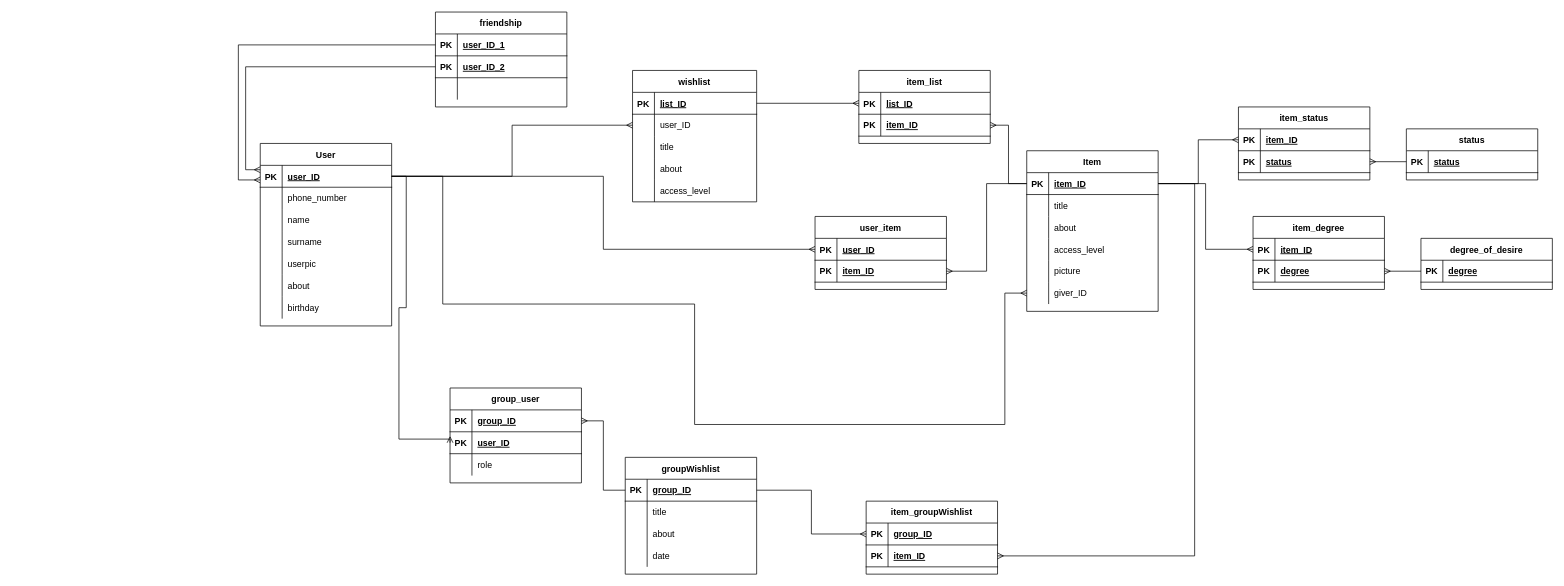
This is ER_wishlist.drawio from johuex/wishlist_rest, a draw.io file, before an edit. Source tidied: cells renumbered, new cells numbered last; positions are measured from the earlier drawing's top-left corner, leaving out a move shared by most shapes. Both pictures are drawn from the tidied source at 73%, with x=0, y=0 at pixel (238, 12).
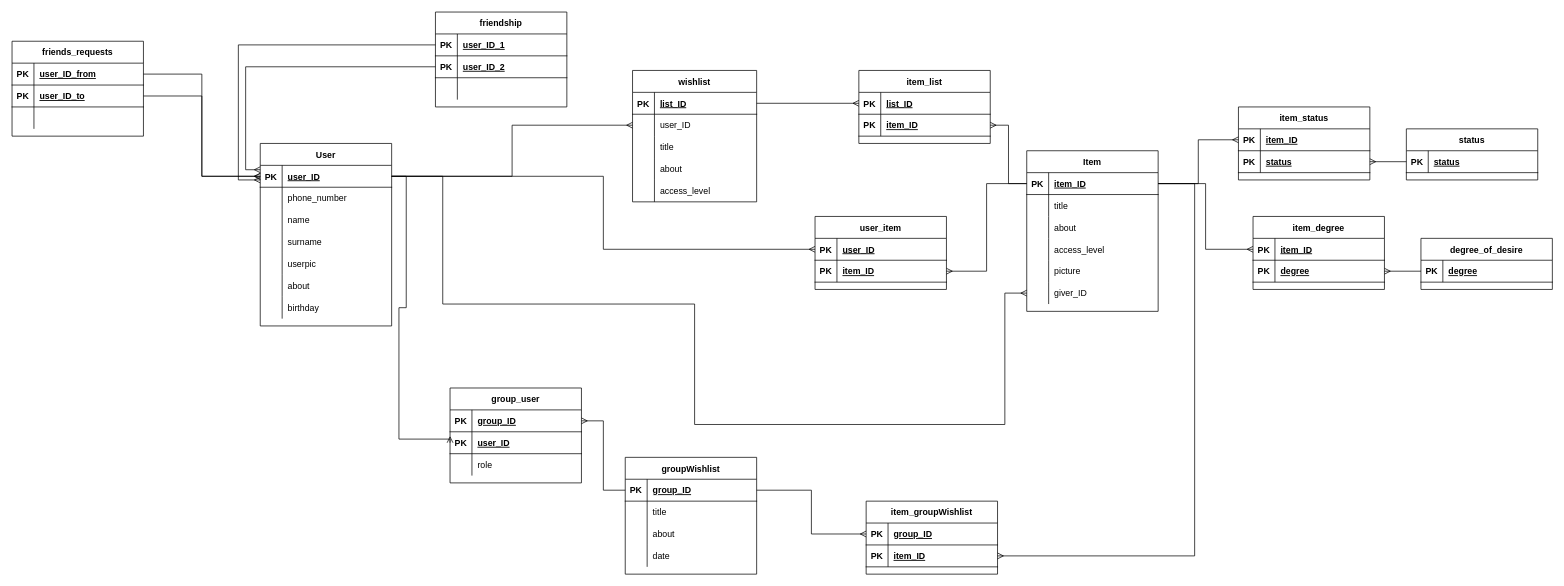
Above is the later version.

Commit message (it also covers changes not shown here):
add first userpic, schema edited

Unchanged cells that the change refers to:
```xml
<mxCell id="3" style="shape=partialRectangle;fillColor=none;top=0;left=0;bottom=1;right=0;points=[[0,0.5],[1,0.5]];portConstraint=eastwest;" parent="2" vertex="1">
  <mxGeometry y="30" width="180" height="30" as="geometry" />
</mxCell>
```

Diff of the diagram source:
```diff
@@
+    <mxCell id="151" value="friends_requests" style="shape=table;startSize=30;childLayout=tableLayout;rowLines=0;fontStyle=1;align=center;" parent="1" vertex="1">
+      <mxGeometry x="-310" y="40" width="180" height="130" as="geometry" />
+    </mxCell>
+    <mxCell id="152" style="shape=partialRectangle;fillColor=none;top=0;left=0;bottom=1;right=0;points=[[0,0.5],[1,0.5]];portConstraint=eastwest;" parent="151" vertex="1">
+      <mxGeometry y="30" width="180" height="30" as="geometry" />
+    </mxCell>
+    <mxCell id="153" value="PK" style="shape=partialRectangle;fillColor=none;top=0;left=0;bottom=0;right=0;fontStyle=1;overflow=hidden;" parent="152" vertex="1">
+      <mxGeometry width="30" height="30" as="geometry" />
+    </mxCell>
+    <mxCell id="154" value="user_ID_from" style="shape=partialRectangle;fillColor=none;top=0;left=0;bottom=0;right=0;align=left;spacingLeft=6;fontStyle=5;overflow=hidden;" parent="152" vertex="1">
+      <mxGeometry x="30" width="150" height="30" as="geometry" />
+    </mxCell>
+    <mxCell id="155" style="shape=partialRectangle;fillColor=none;top=0;left=0;bottom=1;right=0;points=[[0,0.5],[1,0.5]];portConstraint=eastwest;" parent="151" vertex="1">
+      <mxGeometry y="60" width="180" height="30" as="geometry" />
+    </mxCell>
+    <mxCell id="156" value="PK" style="shape=partialRectangle;fillColor=none;top=0;left=0;bottom=0;right=0;fontStyle=1;overflow=hidden;" parent="155" vertex="1">
+      <mxGeometry width="30" height="30" as="geometry" />
+    </mxCell>
+    <mxCell id="157" value="user_ID_to" style="shape=partialRectangle;fillColor=none;top=0;left=0;bottom=0;right=0;align=left;spacingLeft=6;fontStyle=5;overflow=hidden;" parent="155" vertex="1">
+      <mxGeometry x="30" width="150" height="30" as="geometry" />
+    </mxCell>
+    <mxCell id="158" style="shape=partialRectangle;fillColor=none;top=0;left=0;bottom=0;right=0;" parent="151" vertex="1">
+      <mxGeometry y="90" width="180" height="30" as="geometry" />
+    </mxCell>
+    <mxCell id="159" style="shape=partialRectangle;fillColor=none;top=0;left=0;bottom=0;right=0;overflow=hidden;" parent="158" vertex="1">
+      <mxGeometry width="30" height="30" as="geometry" />
+    </mxCell>
+    <mxCell id="160" style="shape=partialRectangle;fillColor=none;top=0;left=0;bottom=0;right=0;align=left;spacingLeft=6;overflow=hidden;" parent="158" vertex="1">
+      <mxGeometry x="30" width="150" height="30" as="geometry" />
+    </mxCell>
+    <mxCell id="161" style="edgeStyle=orthogonalEdgeStyle;rounded=0;jettySize=auto;html=1;exitX=1;exitY=0.5;exitDx=0;exitDy=0;entryX=0;entryY=0.5;entryDx=0;entryDy=0;endArrow=ERmany;endFill=0;" parent="1" edge="1" source="152" target="3">
+      <mxGeometry relative="1" as="geometry" />
+    </mxCell>
+    <mxCell id="162" style="edgeStyle=orthogonalEdgeStyle;rounded=0;jettySize=auto;html=1;exitX=1;exitY=0.5;exitDx=0;exitDy=0;entryX=0;entryY=0.5;entryDx=0;entryDy=0;endArrow=ERmany;endFill=0;" parent="1" edge="1" source="155" target="3">
+      <mxGeometry relative="1" as="geometry" />
+    </mxCell>
```
